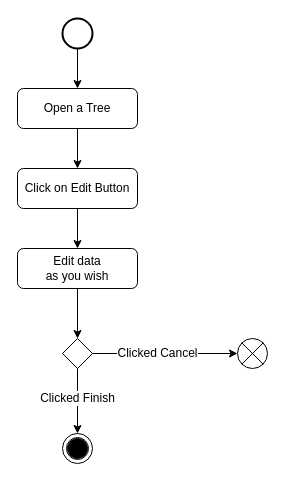
Before: Documents/Design Document/activity diagrams/edit_activity_diagram.drawio in ozanyucell/SE302-Team9, a draw.io diagram. Source tidied: cells renumbered, new cells numbered last; positions are measured from the earlier drawing's top-left corner, leaving out a move shared by most shapes. Both pictures are drawn from the tidied source at 100%, with x=0, y=0 at pixel (17, 18).
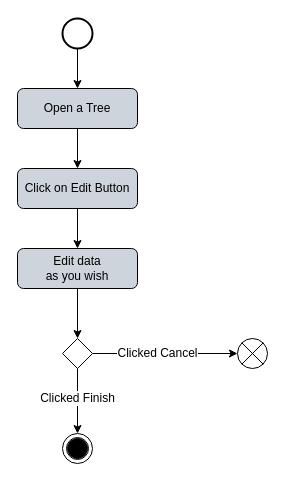
The same diagram, later.

Commit message (it also covers changes not shown here):
coloured activity diagrams

The edit, as a diff of the source:
```diff
@@
 <mxGraphModel>
   <root>
     <mxCell id="0" />
     <mxCell id="1" parent="0" />
     <mxCell id="2" style="ellipse;shape=doubleEllipse;whiteSpace=wrap;html=1;rounded=0;shadow=0;labelBackgroundColor=default;sketch=0;" parent="1" vertex="1">
       <mxGeometry x="45" y="415" width="30" height="30" as="geometry" />
     </mxCell>
     <mxCell id="3" style="edgeStyle=orthogonalEdgeStyle;rounded=0;jettySize=auto;html=1;entryX=0.5;entryY=0;entryDx=0;entryDy=0;" parent="1" edge="1" source="4" target="9">
       <mxGeometry relative="1" as="geometry" />
     </mxCell>
-    <mxCell id="4" value="Open a Tree" style="rounded=1;whiteSpace=wrap;html=1;fontSize=12;glass=0;strokeWidth=1;shadow=0;" parent="1" vertex="1">
+    <mxCell id="4" value="Open a Tree" style="rounded=1;whiteSpace=wrap;html=1;fontSize=12;glass=0;strokeWidth=1;shadow=0;fillColor=#ced4db;" parent="1" vertex="1">
       <mxGeometry y="70" width="120" height="40" as="geometry" />
     </mxCell>
     <mxCell id="5" style="verticalLabelPosition=bottom;verticalAlign=top;html=1;shape=mxgraph.flowchart.on-page_reference;fillColor=#000000;" parent="1" vertex="1">
       <mxGeometry x="50" y="420" width="20" height="20" as="geometry" />
     </mxCell>
     <mxCell id="6" style="edgeStyle=orthogonalEdgeStyle;rounded=0;jettySize=auto;html=1;entryX=0.5;entryY=0;entryDx=0;entryDy=0;" parent="1" edge="1" source="7" target="4">
       <mxGeometry relative="1" as="geometry" />
     </mxCell>
     <mxCell id="7" style="strokeWidth=2;html=1;shape=mxgraph.flowchart.start_2;whiteSpace=wrap;" parent="1" vertex="1">
       <mxGeometry x="45" width="30" height="30" as="geometry" />
     </mxCell>
     <mxCell id="8" style="edgeStyle=orthogonalEdgeStyle;rounded=0;jettySize=auto;html=1;exitX=0.5;exitY=1;exitDx=0;exitDy=0;entryX=0.5;entryY=0;entryDx=0;entryDy=0;" parent="1" edge="1" source="9" target="17">
       <mxGeometry relative="1" as="geometry" />
     </mxCell>
-    <mxCell id="9" value="Click on Edit Button" style="rounded=1;whiteSpace=wrap;html=1;fontSize=12;glass=0;strokeWidth=1;shadow=0;" parent="1" vertex="1">
+    <mxCell id="9" value="Click on Edit Button" style="rounded=1;whiteSpace=wrap;html=1;fontSize=12;glass=0;strokeWidth=1;shadow=0;fillColor=#ced4db;" parent="1" vertex="1">
       <mxGeometry y="150" width="120" height="40" as="geometry" />
     </mxCell>
     <mxCell id="10" style="edgeStyle=orthogonalEdgeStyle;rounded=0;jettySize=auto;html=1;entryX=0;entryY=0.5;entryDx=0;entryDy=0;entryPerimeter=0;" parent="1" edge="1" source="12" target="14">
       <mxGeometry relative="1" as="geometry" />
     </mxCell>
     <mxCell id="11" style="edgeStyle=orthogonalEdgeStyle;rounded=0;jettySize=auto;html=1;entryX=0.5;entryY=0;entryDx=0;entryDy=0;" parent="1" edge="1" source="12" target="2">
       <mxGeometry relative="1" as="geometry" />
     </mxCell>
     <mxCell id="12" style="rhombus;whiteSpace=wrap;html=1;shadow=0;fontFamily=Helvetica;fontSize=12;align=center;strokeWidth=1;spacing=6;spacingTop=-4;" parent="1" vertex="1">
       <mxGeometry x="45" y="320" width="30" height="30" as="geometry" />
     </mxCell>
     <mxCell id="13" value="Clicked Cancel" style="text;html=1;align=center;verticalAlign=middle;strokeColor=none;fillColor=none;labelBackgroundColor=default;" parent="1" vertex="1">
       <mxGeometry x="90" y="325" width="100" height="20" as="geometry" />
     </mxCell>
     <mxCell id="14" style="verticalLabelPosition=bottom;verticalAlign=top;html=1;shape=mxgraph.flowchart.or;rounded=0;shadow=0;labelBackgroundColor=default;sketch=0;fillColor=#FFFFFF;fontColor=#FFFFFF;" parent="1" vertex="1">
       <mxGeometry x="220" y="320" width="30" height="30" as="geometry" />
     </mxCell>
     <mxCell id="15" value="Clicked Finish" style="text;html=1;align=center;verticalAlign=middle;rounded=0;shadow=0;sketch=0;labelBackgroundColor=default;" parent="1" vertex="1">
       <mxGeometry x="15" y="370" width="90" height="20" as="geometry" />
     </mxCell>
     <mxCell id="16" style="edgeStyle=orthogonalEdgeStyle;rounded=0;jettySize=auto;html=1;entryX=0.5;entryY=0;entryDx=0;entryDy=0;" parent="1" edge="1" source="17" target="12">
       <mxGeometry relative="1" as="geometry" />
     </mxCell>
-    <mxCell id="17" value="&lt;div&gt;Edit data&lt;br&gt;&lt;/div&gt;&lt;div&gt;as you wish&lt;/div&gt;" style="rounded=1;whiteSpace=wrap;html=1;fontSize=12;glass=0;strokeWidth=1;shadow=0;" parent="1" vertex="1">
+    <mxCell id="17" value="&lt;div&gt;Edit data&lt;br&gt;&lt;/div&gt;&lt;div&gt;as you wish&lt;/div&gt;" style="rounded=1;whiteSpace=wrap;html=1;fontSize=12;glass=0;strokeWidth=1;shadow=0;fillColor=#ced4db;" parent="1" vertex="1">
       <mxGeometry y="230" width="120" height="40" as="geometry" />
     </mxCell>
   </root>
 </mxGraphModel>
```
